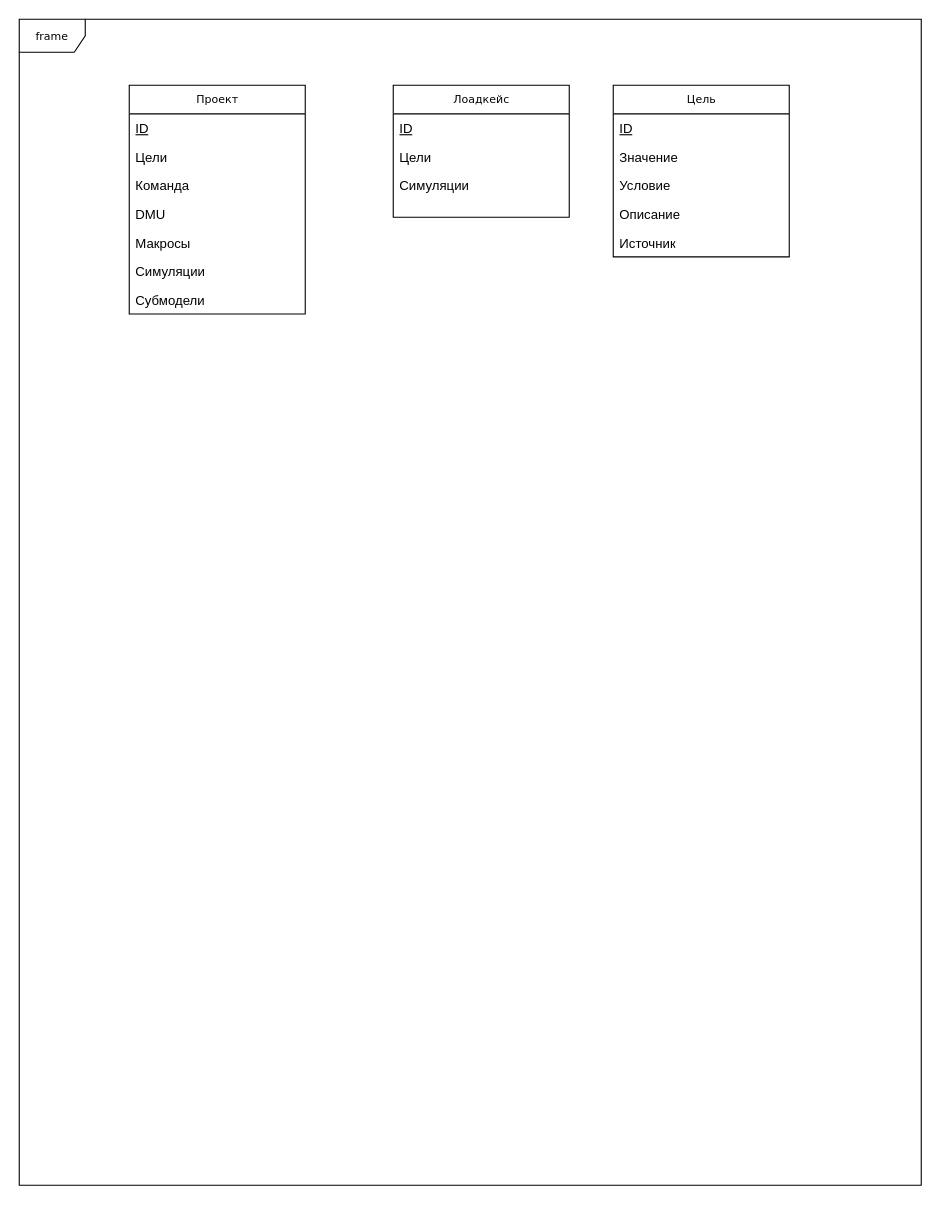
Above: class bench diagram.drawio in AleksTikhonov/CML-Bench-API (draw.io), before the change. Source tidied: cells renumbered, new cells numbered last; positions are measured from the earlier drawing's top-left corner, leaving out a move shared by most shapes. Both pictures are drawn from the tidied source at 110%, with x=0, y=0 at pixel (19, 19).
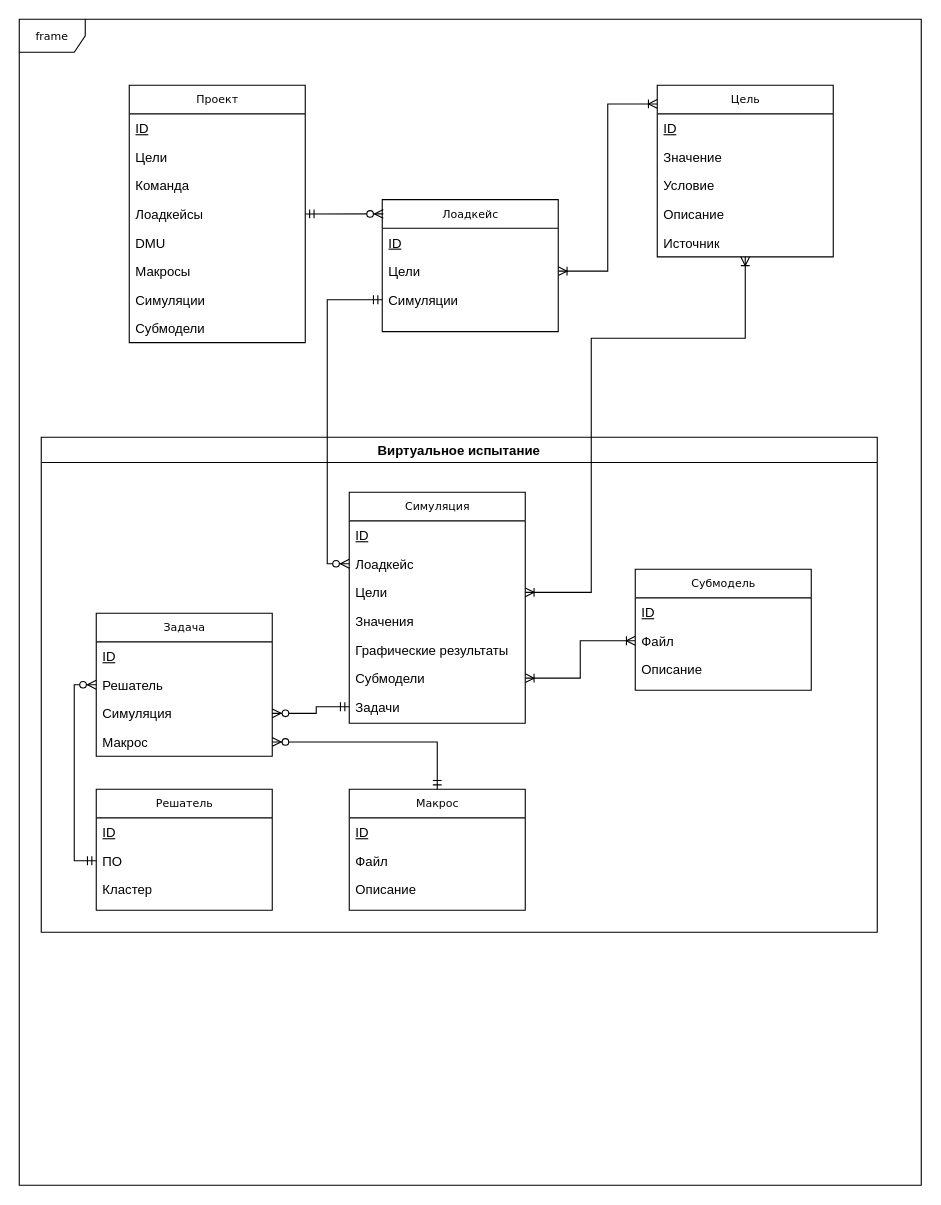
The same page after the edit.

Unchanged cells that the change refers to:
```xml
<mxCell id="13" value="Цели" style="text;html=1;strokeColor=none;fillColor=none;align=left;verticalAlign=top;spacingLeft=4;spacingRight=4;whiteSpace=wrap;overflow=hidden;points=[[0,0.5],[1,0.5]];portConstraint=eastwest;" parent="11" vertex="1">
  <mxGeometry y="52" width="160" height="26" as="geometry" />
</mxCell>
<mxCell id="14" value="Симуляции" style="text;html=1;strokeColor=none;fillColor=none;align=left;verticalAlign=top;spacingLeft=4;spacingRight=4;whiteSpace=wrap;overflow=hidden;points=[[0,0.5],[1,0.5]];portConstraint=eastwest;" parent="11" vertex="1">
  <mxGeometry y="78" width="160" height="26" as="geometry" />
</mxCell>
<mxCell id="20" value="Источник" style="text;html=1;strokeColor=none;fillColor=none;align=left;verticalAlign=top;spacingLeft=4;spacingRight=4;whiteSpace=wrap;overflow=hidden;points=[[0,0.5],[1,0.5]];portConstraint=eastwest;" parent="15" vertex="1">
  <mxGeometry y="130" width="160" height="26" as="geometry" />
</mxCell>
```

Diff of the diagram source:
```diff
@@
     <mxCell id="3" value="Проект" style="swimlane;html=1;fontStyle=0;horizontal=1;startSize=26;fillColor=none;swimlaneFillColor=#ffffff;rounded=0;shadow=0;comic=0;labelBackgroundColor=none;strokeWidth=1;fontFamily=Verdana;fontSize=10;align=center;" parent="1" vertex="1">
-      <mxGeometry x="100" y="60" width="160" height="208" as="geometry" />
+      <mxGeometry x="100" y="60" width="160" height="234" as="geometry" />
     </mxCell>
@@
+    <mxCell id="21" value="Лоадкейсы" style="text;html=1;strokeColor=none;fillColor=none;align=left;verticalAlign=top;spacingLeft=4;spacingRight=4;whiteSpace=wrap;overflow=hidden;points=[[0,0.5],[1,0.5]];portConstraint=eastwest;" parent="3" vertex="1">
+      <mxGeometry y="104" width="160" height="26" as="geometry" />
+    </mxCell>
     <mxCell id="7" value="DMU" style="text;html=1;strokeColor=none;fillColor=none;align=left;verticalAlign=top;spacingLeft=4;spacingRight=4;whiteSpace=wrap;overflow=hidden;" parent="3" vertex="1">
-      <mxGeometry y="104" width="160" height="26" as="geometry" />
+      <mxGeometry y="130" width="160" height="26" as="geometry" />
     </mxCell>
     <mxCell id="8" value="Макросы" style="text;html=1;strokeColor=none;fillColor=none;align=left;verticalAlign=top;spacingLeft=4;spacingRight=4;whiteSpace=wrap;overflow=hidden;" parent="3" vertex="1">
-      <mxGeometry y="130" width="160" height="26" as="geometry" />
+      <mxGeometry y="156" width="160" height="26" as="geometry" />
     </mxCell>
     <mxCell id="9" value="Симуляции" style="text;html=1;strokeColor=none;fillColor=none;align=left;verticalAlign=top;spacingLeft=4;spacingRight=4;whiteSpace=wrap;overflow=hidden;" parent="3" vertex="1">
-      <mxGeometry y="156" width="160" height="26" as="geometry" />
+      <mxGeometry y="182" width="160" height="26" as="geometry" />
     </mxCell>
     <mxCell id="10" value="Субмодели" style="text;html=1;strokeColor=none;fillColor=none;align=left;verticalAlign=top;spacingLeft=4;spacingRight=4;whiteSpace=wrap;overflow=hidden;" parent="3" vertex="1">
-      <mxGeometry y="182" width="160" height="26" as="geometry" />
+      <mxGeometry y="208" width="160" height="26" as="geometry" />
     </mxCell>
     <mxCell id="11" value="Лоадкейс" style="swimlane;html=1;fontStyle=0;horizontal=1;startSize=26;fillColor=none;swimlaneFillColor=#ffffff;rounded=0;shadow=0;comic=0;labelBackgroundColor=none;strokeWidth=1;fontFamily=Verdana;fontSize=10;align=center;" parent="1" vertex="1">
-      <mxGeometry x="340" y="60" width="160" height="120" as="geometry" />
+      <mxGeometry x="330" y="164" width="160" height="120" as="geometry" />
     </mxCell>
@@
     <mxCell id="15" value="Цель" style="swimlane;html=1;fontStyle=0;horizontal=1;startSize=26;fillColor=none;swimlaneFillColor=#ffffff;rounded=0;shadow=0;comic=0;labelBackgroundColor=none;strokeWidth=1;fontFamily=Verdana;fontSize=10;align=center;" parent="1" vertex="1">
-      <mxGeometry x="540" y="60" width="160" height="156" as="geometry" />
+      <mxGeometry x="580" y="60" width="160" height="156" as="geometry" />
     </mxCell>
@@
+    <mxCell id="22" style="edgeStyle=orthogonalEdgeStyle;rounded=0;jettySize=auto;html=1;exitX=1;exitY=0.5;exitDx=0;exitDy=0;entryX=0;entryY=0.109;entryDx=0;entryDy=0;startArrow=ERoneToMany;startFill=0;endArrow=ERoneToMany;endFill=0;entryPerimeter=0;" parent="1" edge="1" source="13" target="15">
+      <mxGeometry relative="1" as="geometry" />
+    </mxCell>
+    <mxCell id="23" style="edgeStyle=orthogonalEdgeStyle;rounded=0;jettySize=auto;html=1;endArrow=ERmandOne;endFill=0;startArrow=ERzeroToMany;startFill=1;exitX=0.006;exitY=0.108;exitDx=0;exitDy=0;exitPerimeter=0;entryX=1;entryY=0.5;entryDx=0;entryDy=0;" parent="1" edge="1" source="11" target="21">
+      <mxGeometry relative="1" as="geometry" />
+    </mxCell>
+    <mxCell id="24" value="Виртуальное испытание" style="swimlane;" parent="1" vertex="1">
+      <mxGeometry x="20" y="380" width="760" height="450" as="geometry" />
+    </mxCell>
+    <mxCell id="25" value="Субмодель" style="swimlane;html=1;fontStyle=0;horizontal=1;startSize=26;fillColor=none;swimlaneFillColor=#ffffff;rounded=0;shadow=0;comic=0;labelBackgroundColor=none;strokeWidth=1;fontFamily=Verdana;fontSize=10;align=center;" parent="24" vertex="1">
+      <mxGeometry x="540" y="120" width="160" height="110" as="geometry" />
+    </mxCell>
+    <mxCell id="26" value="&lt;u&gt;ID&lt;/u&gt;" style="text;html=1;strokeColor=none;fillColor=none;align=left;verticalAlign=top;spacingLeft=4;spacingRight=4;whiteSpace=wrap;overflow=hidden;" parent="25" vertex="1">
+      <mxGeometry y="26" width="160" height="26" as="geometry" />
+    </mxCell>
+    <mxCell id="27" value="Файл" style="text;html=1;strokeColor=none;fillColor=none;align=left;verticalAlign=top;spacingLeft=4;spacingRight=4;whiteSpace=wrap;overflow=hidden;points=[[0,0.5],[1,0.5]];portConstraint=eastwest;" parent="25" vertex="1">
+      <mxGeometry y="52" width="160" height="26" as="geometry" />
+    </mxCell>
+    <mxCell id="28" value="Описание" style="text;html=1;strokeColor=none;fillColor=none;align=left;verticalAlign=top;spacingLeft=4;spacingRight=4;whiteSpace=wrap;overflow=hidden;" parent="25" vertex="1">
+      <mxGeometry y="78" width="160" height="26" as="geometry" />
+    </mxCell>
+    <mxCell id="29" value="Симуляция" style="swimlane;html=1;fontStyle=0;horizontal=1;startSize=26;fillColor=none;swimlaneFillColor=#ffffff;rounded=0;shadow=0;comic=0;labelBackgroundColor=none;strokeWidth=1;fontFamily=Verdana;fontSize=10;align=center;" parent="24" vertex="1">
+      <mxGeometry x="280" y="50" width="160" height="210" as="geometry" />
+    </mxCell>
+    <mxCell id="30" value="&lt;u&gt;ID&lt;/u&gt;" style="text;html=1;strokeColor=none;fillColor=none;align=left;verticalAlign=top;spacingLeft=4;spacingRight=4;whiteSpace=wrap;overflow=hidden;" parent="29" vertex="1">
+      <mxGeometry y="26" width="160" height="26" as="geometry" />
+    </mxCell>
+    <mxCell id="31" value="Лоадкейс" style="text;html=1;strokeColor=none;fillColor=none;align=left;verticalAlign=top;spacingLeft=4;spacingRight=4;whiteSpace=wrap;overflow=hidden;points=[[0,0.5],[1,0.5]];portConstraint=eastwest;" parent="29" vertex="1">
+      <mxGeometry y="52" width="160" height="26" as="geometry" />
+    </mxCell>
+    <mxCell id="32" value="Цели" style="text;html=1;strokeColor=none;fillColor=none;align=left;verticalAlign=top;spacingLeft=4;spacingRight=4;whiteSpace=wrap;overflow=hidden;points=[[0,0.5],[1,0.5]];portConstraint=eastwest;" parent="29" vertex="1">
+      <mxGeometry y="78" width="160" height="26" as="geometry" />
+    </mxCell>
+    <mxCell id="33" value="Значения" style="text;html=1;strokeColor=none;fillColor=none;align=left;verticalAlign=top;spacingLeft=4;spacingRight=4;whiteSpace=wrap;overflow=hidden;" parent="29" vertex="1">
+      <mxGeometry y="104" width="160" height="26" as="geometry" />
+    </mxCell>
+    <mxCell id="34" value="Графические результаты" style="text;html=1;strokeColor=none;fillColor=none;align=left;verticalAlign=top;spacingLeft=4;spacingRight=4;whiteSpace=wrap;overflow=hidden;" parent="29" vertex="1">
+      <mxGeometry y="130" width="160" height="26" as="geometry" />
+    </mxCell>
+    <mxCell id="35" value="Субмодели" style="text;html=1;strokeColor=none;fillColor=none;align=left;verticalAlign=top;spacingLeft=4;spacingRight=4;whiteSpace=wrap;overflow=hidden;points=[[0,0.5],[1,0.5]];portConstraint=eastwest;" parent="29" vertex="1">
+      <mxGeometry y="156" width="160" height="26" as="geometry" />
+    </mxCell>
+    <mxCell id="36" value="Задачи" style="text;html=1;strokeColor=none;fillColor=none;align=left;verticalAlign=top;spacingLeft=4;spacingRight=4;whiteSpace=wrap;overflow=hidden;points=[[0,0.5],[1,0.5]];portConstraint=eastwest;" parent="29" vertex="1">
+      <mxGeometry y="182" width="160" height="26" as="geometry" />
+    </mxCell>
+    <mxCell id="37" style="edgeStyle=orthogonalEdgeStyle;rounded=0;jettySize=auto;html=1;exitX=1;exitY=0.5;exitDx=0;exitDy=0;startArrow=ERoneToMany;startFill=0;endArrow=ERoneToMany;endFill=0;entryX=0;entryY=0.5;entryDx=0;entryDy=0;" parent="24" edge="1" source="35" target="27">
+      <mxGeometry relative="1" as="geometry" />
+    </mxCell>
+    <mxCell id="38" value="Задача" style="swimlane;html=1;fontStyle=0;horizontal=1;startSize=26;fillColor=none;swimlaneFillColor=#ffffff;rounded=0;shadow=0;comic=0;labelBackgroundColor=none;strokeWidth=1;fontFamily=Verdana;fontSize=10;align=center;" parent="24" vertex="1">
+      <mxGeometry x="50" y="160" width="160" height="130" as="geometry" />
+    </mxCell>
+    <mxCell id="39" value="&lt;u&gt;ID&lt;/u&gt;" style="text;html=1;strokeColor=none;fillColor=none;align=left;verticalAlign=top;spacingLeft=4;spacingRight=4;whiteSpace=wrap;overflow=hidden;" parent="38" vertex="1">
+      <mxGeometry y="26" width="160" height="26" as="geometry" />
+    </mxCell>
+    <mxCell id="40" value="Решатель" style="text;html=1;strokeColor=none;fillColor=none;align=left;verticalAlign=top;spacingLeft=4;spacingRight=4;whiteSpace=wrap;overflow=hidden;points=[[0,0.5],[1,0.5]];portConstraint=eastwest;" parent="38" vertex="1">
+      <mxGeometry y="52" width="160" height="26" as="geometry" />
+    </mxCell>
+    <mxCell id="41" value="Симуляция" style="text;html=1;strokeColor=none;fillColor=none;align=left;verticalAlign=top;spacingLeft=4;spacingRight=4;whiteSpace=wrap;overflow=hidden;points=[[0,0.5],[1,0.5]];portConstraint=eastwest;" parent="38" vertex="1">
+      <mxGeometry y="78" width="160" height="26" as="geometry" />
+    </mxCell>
+    <mxCell id="42" value="Макрос" style="text;html=1;strokeColor=none;fillColor=none;align=left;verticalAlign=top;spacingLeft=4;spacingRight=4;whiteSpace=wrap;overflow=hidden;points=[[0,0.5],[1,0.5]];portConstraint=eastwest;" parent="38" vertex="1">
+      <mxGeometry y="104" width="160" height="26" as="geometry" />
+    </mxCell>
+    <mxCell id="43" style="edgeStyle=orthogonalEdgeStyle;rounded=0;jettySize=auto;html=1;endArrow=ERmandOne;endFill=0;startArrow=ERzeroToMany;startFill=1;exitX=1;exitY=0.5;exitDx=0;exitDy=0;entryX=0;entryY=0.5;entryDx=0;entryDy=0;" parent="24" edge="1" source="41" target="36">
+      <mxGeometry relative="1" as="geometry">
+        <Array as="points">
+          <mxPoint x="250" y="251" />
+          <mxPoint x="250" y="245" />
+        </Array>
+      </mxGeometry>
+    </mxCell>
+    <mxCell id="44" value="Решатель" style="swimlane;html=1;fontStyle=0;horizontal=1;startSize=26;fillColor=none;swimlaneFillColor=#ffffff;rounded=0;shadow=0;comic=0;labelBackgroundColor=none;strokeWidth=1;fontFamily=Verdana;fontSize=10;align=center;" parent="24" vertex="1">
+      <mxGeometry x="50" y="320" width="160" height="110" as="geometry" />
+    </mxCell>
+    <mxCell id="45" value="&lt;u&gt;ID&lt;/u&gt;" style="text;html=1;strokeColor=none;fillColor=none;align=left;verticalAlign=top;spacingLeft=4;spacingRight=4;whiteSpace=wrap;overflow=hidden;" parent="44" vertex="1">
+      <mxGeometry y="26" width="160" height="26" as="geometry" />
+    </mxCell>
+    <mxCell id="46" value="ПО" style="text;html=1;strokeColor=none;fillColor=none;align=left;verticalAlign=top;spacingLeft=4;spacingRight=4;whiteSpace=wrap;overflow=hidden;points=[[0,0.5],[1,0.5]];portConstraint=eastwest;" parent="44" vertex="1">
+      <mxGeometry y="52" width="160" height="26" as="geometry" />
+    </mxCell>
+    <mxCell id="47" value="Кластер" style="text;html=1;strokeColor=none;fillColor=none;align=left;verticalAlign=top;spacingLeft=4;spacingRight=4;whiteSpace=wrap;overflow=hidden;" parent="44" vertex="1">
+      <mxGeometry y="78" width="160" height="26" as="geometry" />
+    </mxCell>
+    <mxCell id="48" style="edgeStyle=orthogonalEdgeStyle;rounded=0;jettySize=auto;html=1;endArrow=ERmandOne;endFill=0;startArrow=ERzeroToMany;startFill=1;exitX=0;exitY=0.5;exitDx=0;exitDy=0;entryX=0;entryY=0.5;entryDx=0;entryDy=0;" parent="24" edge="1" source="40" target="46">
+      <mxGeometry relative="1" as="geometry" />
+    </mxCell>
+    <mxCell id="49" value="Макрос" style="swimlane;html=1;fontStyle=0;horizontal=1;startSize=26;fillColor=none;swimlaneFillColor=#ffffff;rounded=0;shadow=0;comic=0;labelBackgroundColor=none;strokeWidth=1;fontFamily=Verdana;fontSize=10;align=center;" parent="24" vertex="1">
+      <mxGeometry x="280" y="320" width="160" height="110" as="geometry" />
+    </mxCell>
+    <mxCell id="50" value="&lt;u&gt;ID&lt;/u&gt;" style="text;html=1;strokeColor=none;fillColor=none;align=left;verticalAlign=top;spacingLeft=4;spacingRight=4;whiteSpace=wrap;overflow=hidden;" parent="49" vertex="1">
+      <mxGeometry y="26" width="160" height="26" as="geometry" />
+    </mxCell>
+    <mxCell id="51" value="Файл" style="text;html=1;strokeColor=none;fillColor=none;align=left;verticalAlign=top;spacingLeft=4;spacingRight=4;whiteSpace=wrap;overflow=hidden;" parent="49" vertex="1">
+      <mxGeometry y="52" width="160" height="26" as="geometry" />
+    </mxCell>
+    <mxCell id="52" value="Описание" style="text;html=1;strokeColor=none;fillColor=none;align=left;verticalAlign=top;spacingLeft=4;spacingRight=4;whiteSpace=wrap;overflow=hidden;" parent="49" vertex="1">
+      <mxGeometry y="78" width="160" height="26" as="geometry" />
+    </mxCell>
+    <mxCell id="53" style="edgeStyle=orthogonalEdgeStyle;rounded=0;jettySize=auto;html=1;endArrow=ERmandOne;endFill=0;startArrow=ERzeroToMany;startFill=1;exitX=1;exitY=0.5;exitDx=0;exitDy=0;entryX=0.5;entryY=0;entryDx=0;entryDy=0;" parent="24" edge="1" source="42" target="49">
+      <mxGeometry relative="1" as="geometry">
+        <Array as="points">
+          <mxPoint x="360" y="277" />
+        </Array>
+      </mxGeometry>
+    </mxCell>
+    <mxCell id="54" style="edgeStyle=orthogonalEdgeStyle;rounded=0;jettySize=auto;html=1;exitX=1;exitY=0.5;exitDx=0;exitDy=0;startArrow=ERoneToMany;startFill=0;endArrow=ERoneToMany;endFill=0;" parent="1" edge="1" source="32" target="20">
+      <mxGeometry relative="1" as="geometry">
+        <Array as="points">
+          <mxPoint x="520" y="521" />
+          <mxPoint x="520" y="290" />
+          <mxPoint x="660" y="290" />
+        </Array>
+      </mxGeometry>
+    </mxCell>
+    <mxCell id="55" style="edgeStyle=orthogonalEdgeStyle;rounded=0;jettySize=auto;html=1;endArrow=ERmandOne;endFill=0;startArrow=ERzeroToMany;startFill=1;exitX=0;exitY=0.5;exitDx=0;exitDy=0;entryX=0;entryY=0.5;entryDx=0;entryDy=0;" parent="1" edge="1" source="31" target="14">
+      <mxGeometry relative="1" as="geometry" />
+    </mxCell>
```
